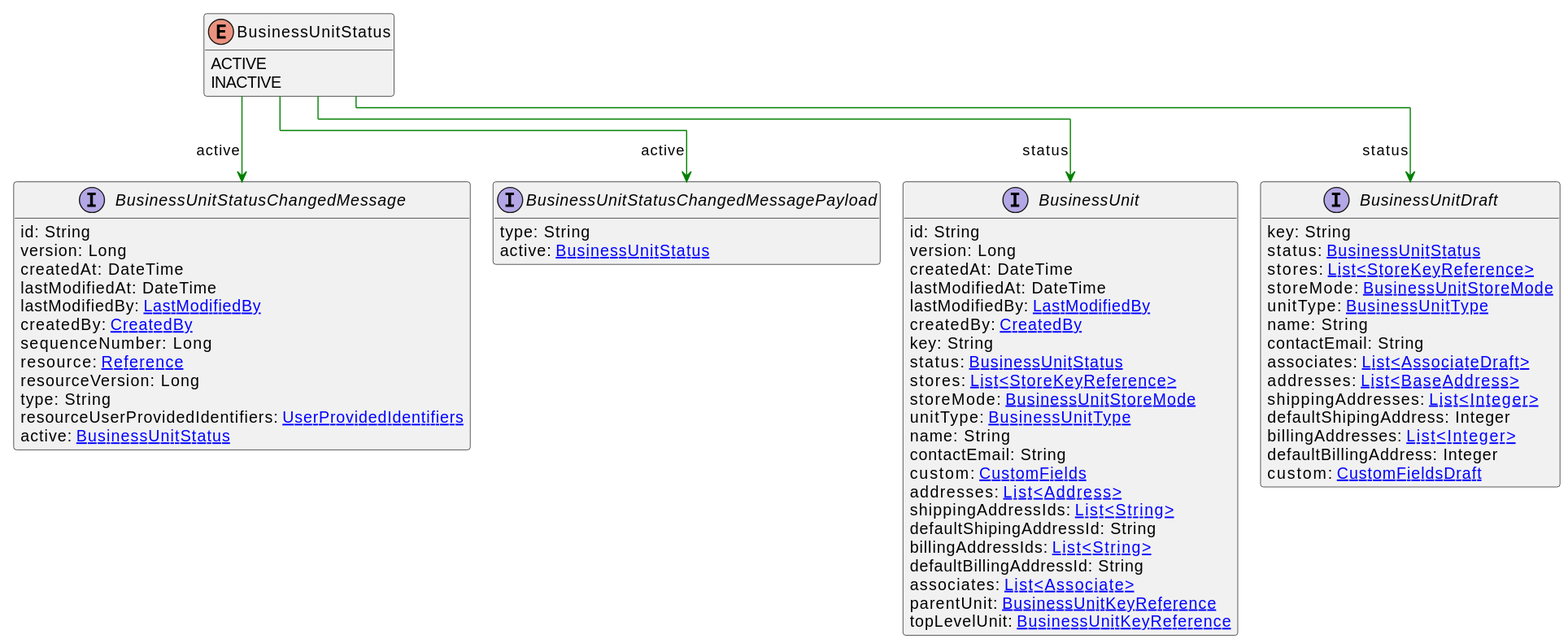
The PlantUML diagram uml/api/svg/BusinessUnitStatus.svg in commercetools/commercetools-api-reference, before a commit. Its diagram source:
```plantuml
@startuml
!pragma layout elk
hide methods
enum BusinessUnitStatus {
    ACTIVE
    INACTIVE
}
interface BusinessUnit [[BusinessUnit.svg]]  {
    id: String
    version: Long
    createdAt: DateTime
    lastModifiedAt: DateTime
    lastModifiedBy: [[LastModifiedBy.svg LastModifiedBy]]
    createdBy: [[CreatedBy.svg CreatedBy]]
    key: String
    status: [[BusinessUnitStatus.svg BusinessUnitStatus]]
    stores: [[StoreKeyReference.svg List<StoreKeyReference>]]
    storeMode: [[BusinessUnitStoreMode.svg BusinessUnitStoreMode]]
    unitType: [[BusinessUnitType.svg BusinessUnitType]]
    name: String
    contactEmail: String
    custom: [[CustomFields.svg CustomFields]]
    addresses: [[Address.svg List<Address>]]
    shippingAddressIds: [[String.svg List<String>]]
    defaultShipingAddressId: String
    billingAddressIds: [[String.svg List<String>]]
    defaultBillingAddressId: String
    associates: [[Associate.svg List<Associate>]]
    parentUnit: [[BusinessUnitKeyReference.svg BusinessUnitKeyReference]]
    topLevelUnit: [[BusinessUnitKeyReference.svg BusinessUnitKeyReference]]
}
interface BusinessUnitDraft [[BusinessUnitDraft.svg]]  {
    key: String
    status: [[BusinessUnitStatus.svg BusinessUnitStatus]]
    stores: [[StoreKeyReference.svg List<StoreKeyReference>]]
    storeMode: [[BusinessUnitStoreMode.svg BusinessUnitStoreMode]]
    unitType: [[BusinessUnitType.svg BusinessUnitType]]
    name: String
    contactEmail: String
    associates: [[AssociateDraft.svg List<AssociateDraft>]]
    addresses: [[BaseAddress.svg List<BaseAddress>]]
    shippingAddresses: [[Integer.svg List<Integer>]]
    defaultShipingAddress: Integer
    billingAddresses: [[Integer.svg List<Integer>]]
    defaultBillingAddress: Integer
    custom: [[CustomFieldsDraft.svg CustomFieldsDraft]]
}
interface BusinessUnitStatusChangedMessage [[BusinessUnitStatusChangedMessage.svg]]  {
    id: String
    version: Long
    createdAt: DateTime
    lastModifiedAt: DateTime
    lastModifiedBy: [[LastModifiedBy.svg LastModifiedBy]]
    createdBy: [[CreatedBy.svg CreatedBy]]
    sequenceNumber: Long
    resource: [[Reference.svg Reference]]
    resourceVersion: Long
    type: String
    resourceUserProvidedIdentifiers: [[UserProvidedIdentifiers.svg UserProvidedIdentifiers]]
    active: [[BusinessUnitStatus.svg BusinessUnitStatus]]
}
interface BusinessUnitStatusChangedMessagePayload [[BusinessUnitStatusChangedMessagePayload.svg]]  {
    type: String
    active: [[BusinessUnitStatus.svg BusinessUnitStatus]]
}
BusinessUnitStatus --> BusinessUnit #green;text:green : "status"
BusinessUnitStatus --> BusinessUnitDraft #green;text:green : "status"
BusinessUnitStatus --> BusinessUnitStatusChangedMessage #green;text:green : "active"
BusinessUnitStatus --> BusinessUnitStatusChangedMessagePayload #green;text:green : "active"
@enduml
```
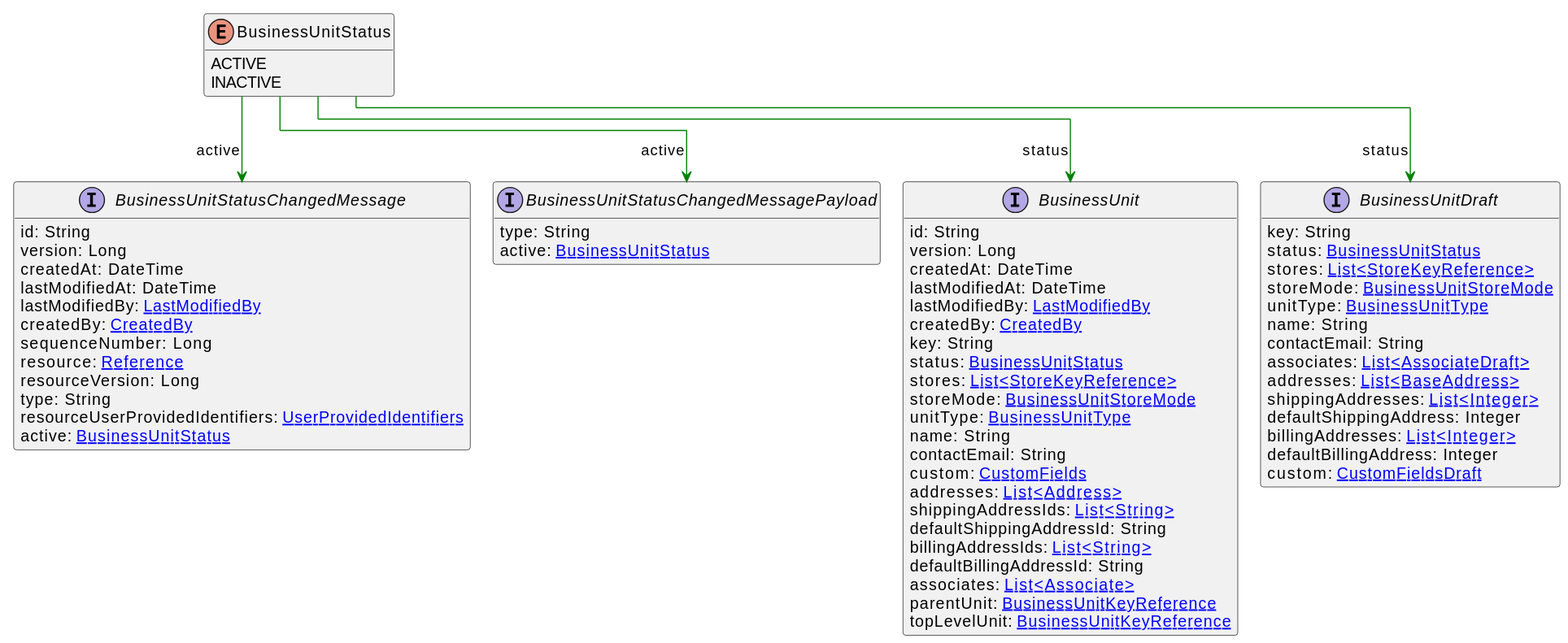
After the commit.

Change to the diagram source:
```diff
@@ -22,7 +22,7 @@
     custom: [[CustomFields.svg CustomFields]]
     addresses: [[Address.svg List<Address>]]
     shippingAddressIds: [[String.svg List<String>]]
-    defaultShipingAddressId: String
+    defaultShippingAddressId: String
     billingAddressIds: [[String.svg List<String>]]
     defaultBillingAddressId: String
     associates: [[Associate.svg List<Associate>]]
@@ -40,7 +40,7 @@
     associates: [[AssociateDraft.svg List<AssociateDraft>]]
     addresses: [[BaseAddress.svg List<BaseAddress>]]
     shippingAddresses: [[Integer.svg List<Integer>]]
-    defaultShipingAddress: Integer
+    defaultShippingAddress: Integer
     billingAddresses: [[Integer.svg List<Integer>]]
     defaultBillingAddress: Integer
     custom: [[CustomFieldsDraft.svg CustomFieldsDraft]]
```
